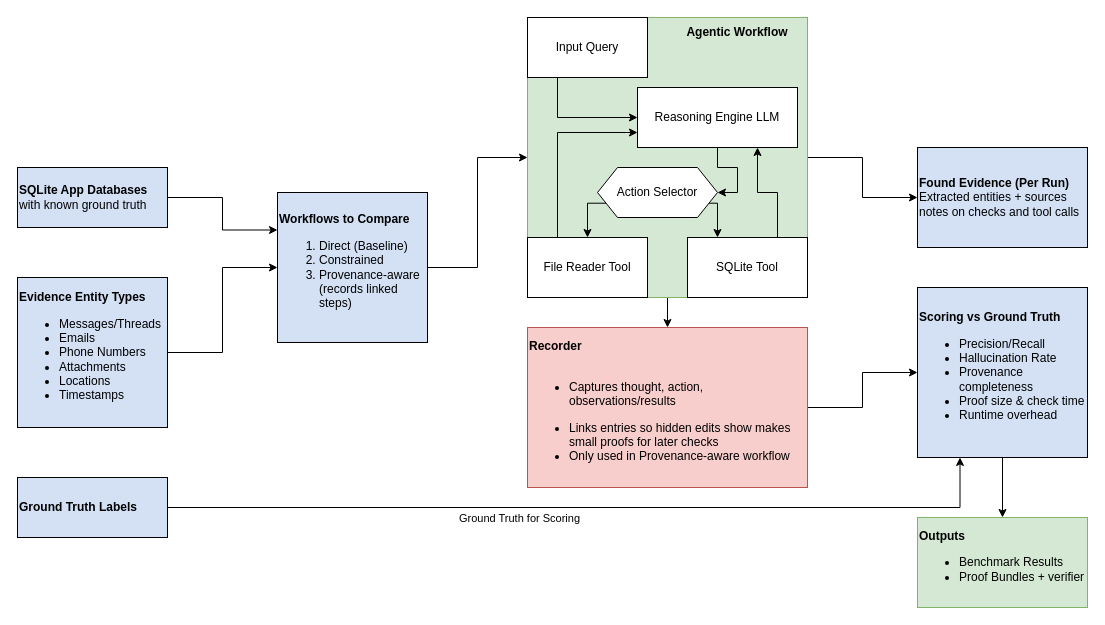
This is page "Page-5" (3 of 3) of Agentic-Research.drawio from toyeafo/agentic-forensic-research, a draw.io file, before an edit. Source tidied: cells renumbered, new cells numbered last; positions are measured from the earlier drawing's top-left corner, leaving out a move shared by most shapes. Both pictures are drawn from the tidied source at 100%, with x=0, y=0 at pixel (17, 17).
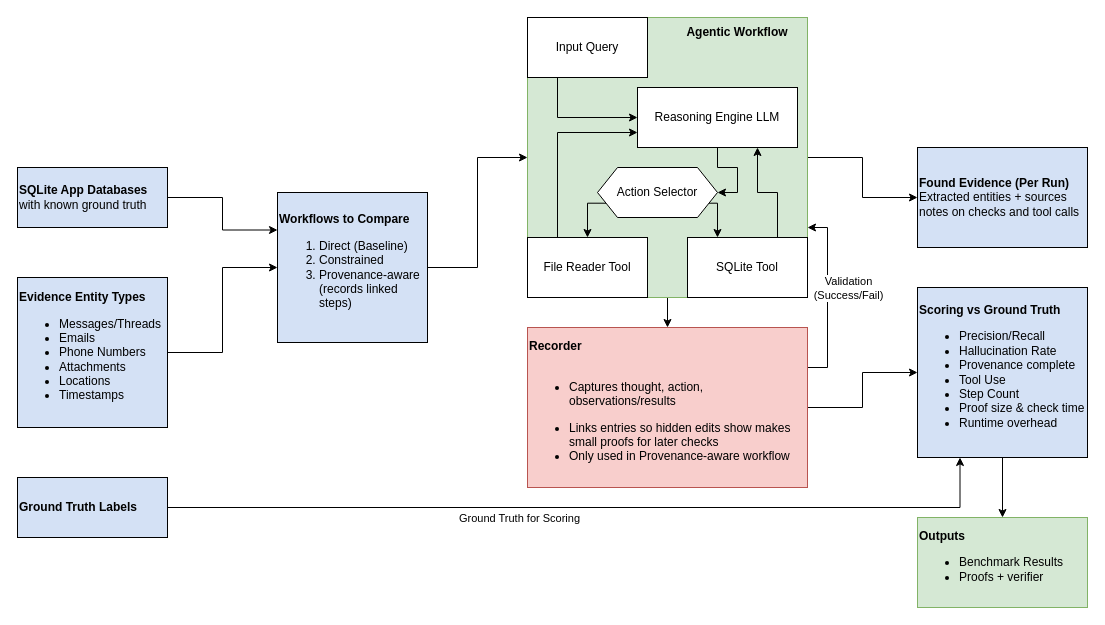
Above is the later version.

The change refers to these unchanged cells:
```xml
<mxCell id="13" style="whiteSpace=wrap;html=1;fillColor=#d5e8d4;strokeColor=#82b366;" parent="1" vertex="1">
  <mxGeometry x="510" width="280" height="280" as="geometry" />
</mxCell>
<mxCell id="15" value="&lt;div&gt;&lt;b&gt;Recorder&lt;/b&gt;&lt;/div&gt;&lt;div&gt;&lt;br&gt;&lt;/div&gt;&lt;div&gt;&lt;ul&gt;&lt;li&gt;Captures thought, action, observations/results&lt;/li&gt;&lt;/ul&gt;&lt;/div&gt;&lt;div&gt;&lt;ul&gt;&lt;li&gt;Links entries so hidden edits show makes small proofs for later checks&lt;/li&gt;&lt;li&gt;Only used in Provenance-aware workflow&lt;/li&gt;&lt;/ul&gt;&lt;/div&gt;" style="rounded=0;whiteSpace=wrap;html=1;align=left;fillColor=#f8cecc;strokeColor=#b85450;" parent="1" vertex="1">
  <mxGeometry x="510" y="310" width="280" height="160" as="geometry" />
</mxCell>
```

Diff of the diagram source:
```diff
@@
+    <mxCell id="32" style="edgeStyle=orthogonalEdgeStyle;rounded=0;jettySize=auto;html=1;exitX=1;exitY=0.25;exitDx=0;exitDy=0;entryX=1;entryY=0.75;entryDx=0;entryDy=0;" parent="1" edge="1" source="15" target="13">
+      <mxGeometry relative="1" as="geometry" />
+    </mxCell>
+    <mxCell id="33" value="&lt;div&gt;Validation&lt;/div&gt;&lt;div&gt;(Success/Fail)&lt;/div&gt;" style="edgeLabel;html=1;align=center;verticalAlign=middle;" parent="32" vertex="1">
+      <mxGeometry x="0.3" relative="1" as="geometry">
+        <mxPoint x="20" y="17" as="offset" />
+      </mxGeometry>
+    </mxCell>
@@
-    <mxCell id="18" value="&lt;div&gt;&lt;b&gt;Scoring vs Ground Truth&lt;/b&gt;&lt;/div&gt;&lt;div&gt;&lt;ul&gt;&lt;li&gt;Precision/Recall&lt;/li&gt;&lt;li&gt;Hallucination Rate&lt;/li&gt;&lt;li&gt;Provenance completeness&lt;/li&gt;&lt;li&gt;Proof size &amp;amp; check time&lt;/li&gt;&lt;li&gt;Runtime overhead&lt;/li&gt;&lt;/ul&gt;&lt;/div&gt;" style="rounded=0;whiteSpace=wrap;html=1;align=left;fillColor=#D4E1F5;" parent="1" vertex="1">
+    <mxCell id="18" value="&lt;div&gt;&lt;b&gt;Scoring vs Ground Truth&lt;/b&gt;&lt;/div&gt;&lt;div&gt;&lt;ul&gt;&lt;li&gt;Precision/Recall&lt;/li&gt;&lt;li&gt;Hallucination Rate&lt;/li&gt;&lt;li&gt;Provenance complete&lt;/li&gt;&lt;li&gt;Tool Use&lt;/li&gt;&lt;li&gt;Step Count&lt;/li&gt;&lt;li&gt;Proof size &amp;amp; check time&lt;/li&gt;&lt;li&gt;Runtime overhead&lt;/li&gt;&lt;/ul&gt;&lt;/div&gt;" style="rounded=0;whiteSpace=wrap;html=1;align=left;fillColor=#D4E1F5;" parent="1" vertex="1">
       <mxGeometry x="900" y="270" width="170" height="170" as="geometry" />
     </mxCell>
-    <mxCell id="19" value="&lt;div&gt;&lt;b&gt;Outputs&lt;/b&gt;&lt;/div&gt;&lt;div&gt;&lt;ul&gt;&lt;li&gt;Benchmark Results&lt;/li&gt;&lt;li&gt;Proof Bundles + verifier&lt;/li&gt;&lt;/ul&gt;&lt;/div&gt;" style="rounded=0;whiteSpace=wrap;html=1;align=left;fillColor=#d5e8d4;strokeColor=#82b366;" parent="1" vertex="1">
+    <mxCell id="19" value="&lt;div&gt;&lt;b&gt;Outputs&lt;/b&gt;&lt;/div&gt;&lt;div&gt;&lt;ul&gt;&lt;li&gt;Benchmark Results&lt;/li&gt;&lt;li&gt;Proofs + verifier&lt;/li&gt;&lt;/ul&gt;&lt;/div&gt;" style="rounded=0;whiteSpace=wrap;html=1;align=left;fillColor=#d5e8d4;strokeColor=#82b366;" parent="1" vertex="1">
       <mxGeometry x="900" y="500" width="170" height="90" as="geometry" />
     </mxCell>
```
